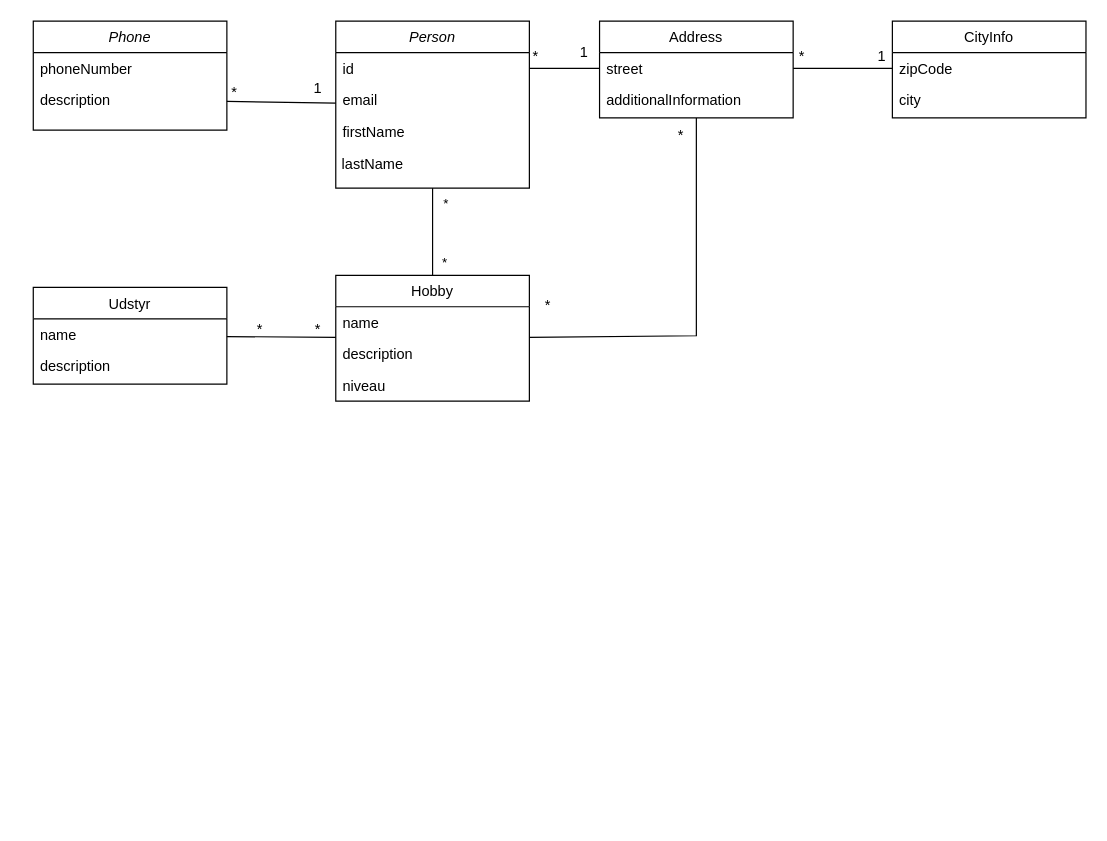
Before: src/main/resources/Klasse_diagram.drawio in nk11-dat/CA-1, a draw.io diagram. Source tidied: cells renumbered, new cells numbered last; positions are measured from the earlier drawing's top-left corner, leaving out a move shared by most shapes. Both pictures are drawn from the tidied source at 121%, with x=0, y=0 at pixel (33, 21).
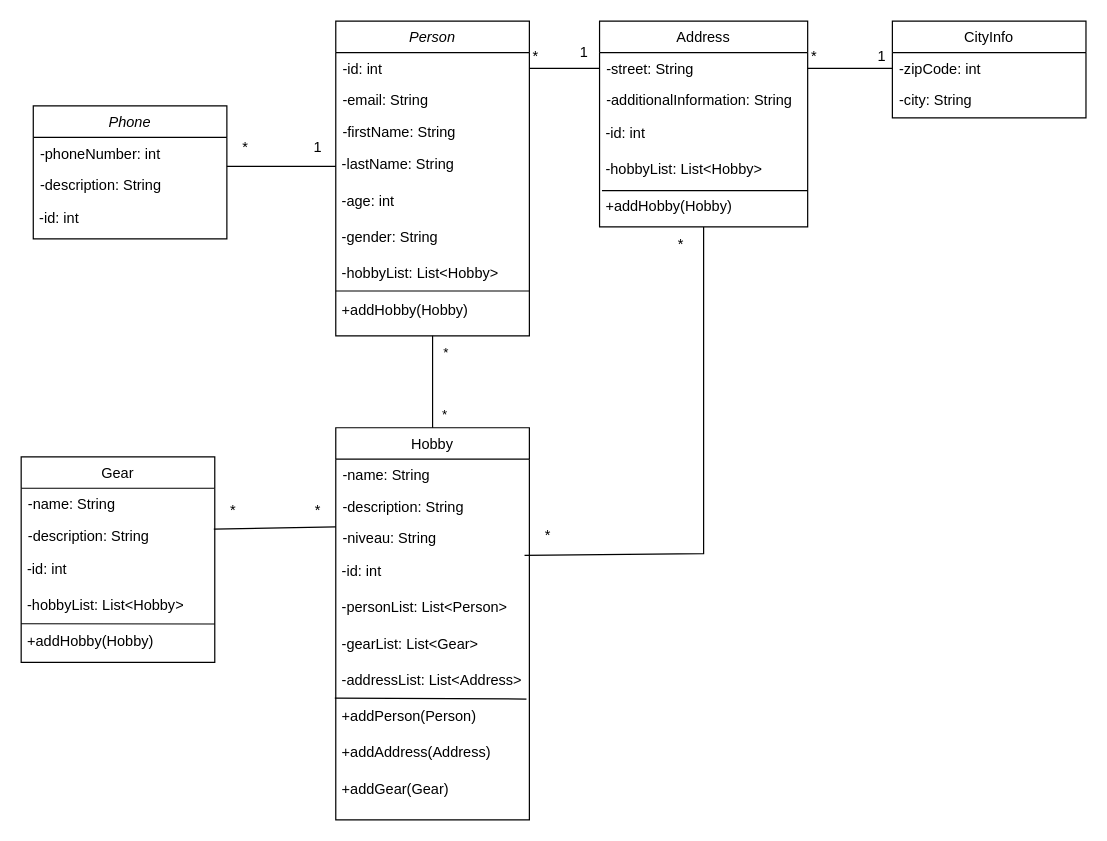
After the change.

Unchanged cells that the change refers to:
```xml
<mxCell id="13" value="CityInfo" style="swimlane;fontStyle=0;align=center;verticalAlign=top;horizontal=1;startSize=26;rounded=0;shadow=0;strokeWidth=1;" parent="1" vertex="1">
  <mxGeometry x="710" width="160" height="80" as="geometry" />
</mxCell>
```

The edit, as a diff of the source:
```diff
@@
-    <mxCell id="2" value="Person" style="swimlane;fontStyle=2;align=center;verticalAlign=top;horizontal=1;startSize=26;rounded=0;shadow=0;strokeWidth=1;" parent="1" vertex="1">
-      <mxGeometry x="250" width="160" height="138" as="geometry" />
+    <mxCell id="2" value="Person" style="swimlane;fontStyle=2;align=center;verticalAlign=top;horizontal=1;startSize=26;rounded=0;shadow=0;strokeWidth=1;strokeColor=default;swimlaneLine=1;fixDash=0;" parent="1" vertex="1">
+      <mxGeometry x="250" width="160" height="260" as="geometry" />
     </mxCell>
-    <mxCell id="3" value="id" style="text;align=left;verticalAlign=top;spacingLeft=4;spacingRight=4;overflow=hidden;points=[[0,0.5],[1,0.5]];portConstraint=eastwest;" parent="2" vertex="1">
+    <mxCell id="3" value="-id: int" style="text;align=left;verticalAlign=top;spacingLeft=4;spacingRight=4;overflow=hidden;points=[[0,0.5],[1,0.5]];portConstraint=eastwest;" parent="2" vertex="1">
       <mxGeometry y="26" width="160" height="26" as="geometry" />
     </mxCell>
-    <mxCell id="4" value="email" style="text;align=left;verticalAlign=top;spacingLeft=4;spacingRight=4;overflow=hidden;rounded=0;shadow=0;html=0;" parent="2" vertex="1">
+    <mxCell id="4" value="-email: String" style="text;align=left;verticalAlign=top;spacingLeft=4;spacingRight=4;overflow=hidden;rounded=0;shadow=0;html=0;" parent="2" vertex="1">
       <mxGeometry y="52" width="160" height="26" as="geometry" />
     </mxCell>
-    <mxCell id="5" value="firstName" style="text;align=left;verticalAlign=top;spacingLeft=4;spacingRight=4;overflow=hidden;rounded=0;shadow=0;html=0;" parent="2" vertex="1">
+    <mxCell id="5" value="-firstName: String" style="text;align=left;verticalAlign=top;spacingLeft=4;spacingRight=4;overflow=hidden;rounded=0;shadow=0;html=0;" parent="2" vertex="1">
       <mxGeometry y="78" width="160" height="26" as="geometry" />
     </mxCell>
-    <mxCell id="6" value="&amp;nbsp;lastName" style="text;html=1;align=left;verticalAlign=middle;strokeColor=none;fillColor=none;" parent="2" vertex="1">
+    <mxCell id="6" value="&amp;nbsp;-lastName: String" style="text;html=1;align=left;verticalAlign=middle;strokeColor=none;fillColor=none;" parent="2" vertex="1">
       <mxGeometry y="104" width="160" height="30" as="geometry" />
     </mxCell>
+    <mxCell id="40" value="&amp;nbsp;-age: int" style="text;html=1;align=left;verticalAlign=middle;strokeColor=none;fillColor=none;" parent="2" vertex="1">
+      <mxGeometry y="134" width="160" height="30" as="geometry" />
+    </mxCell>
+    <mxCell id="41" value="&amp;nbsp;-gender: String" style="text;html=1;align=left;verticalAlign=middle;strokeColor=none;fillColor=none;" parent="2" vertex="1">
+      <mxGeometry y="164" width="160" height="30" as="geometry" />
+    </mxCell>
+    <mxCell id="42" value="&amp;nbsp;-hobbyList: List&amp;lt;Hobby&amp;gt;" style="text;html=1;align=left;verticalAlign=middle;strokeColor=none;fillColor=none;" parent="2" vertex="1">
+      <mxGeometry y="194" width="160" height="30" as="geometry" />
+    </mxCell>
+    <mxCell id="43" value="&amp;nbsp;+addHobby(Hobby)" style="text;html=1;align=left;verticalAlign=middle;strokeColor=none;fillColor=none;" parent="2" vertex="1">
+      <mxGeometry y="224" width="160" height="30" as="geometry" />
+    </mxCell>
     <mxCell id="7" value="Address" style="swimlane;fontStyle=0;align=center;verticalAlign=top;horizontal=1;startSize=26;rounded=0;shadow=0;strokeWidth=1;" parent="1" vertex="1">
-      <mxGeometry x="468" width="160" height="80" as="geometry" />
+      <mxGeometry x="468" width="172" height="170" as="geometry" />
     </mxCell>
-    <mxCell id="8" value="street" style="text;align=left;verticalAlign=top;spacingLeft=4;spacingRight=4;overflow=hidden;points=[[0,0.5],[1,0.5]];portConstraint=eastwest;" parent="7" vertex="1">
-      <mxGeometry y="26" width="160" height="26" as="geometry" />
+    <mxCell id="8" value="-street: String" style="text;align=left;verticalAlign=top;spacingLeft=4;spacingRight=4;overflow=hidden;points=[[0,0.5],[1,0.5]];portConstraint=eastwest;" parent="7" vertex="1">
+      <mxGeometry y="26" width="172" height="26" as="geometry" />
     </mxCell>
-    <mxCell id="9" value="additionalInformation" style="text;align=left;verticalAlign=top;spacingLeft=4;spacingRight=4;overflow=hidden;rounded=0;shadow=0;html=0;" parent="7" vertex="1">
-      <mxGeometry y="52" width="160" height="26" as="geometry" />
+    <mxCell id="9" value="-additionalInformation: String" style="text;align=left;verticalAlign=top;spacingLeft=4;spacingRight=4;overflow=hidden;rounded=0;shadow=0;html=0;" parent="7" vertex="1">
+      <mxGeometry y="52" width="172" height="26" as="geometry" />
     </mxCell>
+    <mxCell id="44" value="&amp;nbsp;-id: int" style="text;html=1;align=left;verticalAlign=middle;strokeColor=none;fillColor=none;" parent="7" vertex="1">
+      <mxGeometry y="78" width="172" height="30" as="geometry" />
+    </mxCell>
+    <mxCell id="45" value="&amp;nbsp;-hobbyList: List&amp;lt;Hobby&amp;gt;" style="text;html=1;align=left;verticalAlign=middle;strokeColor=none;fillColor=none;" parent="7" vertex="1">
+      <mxGeometry y="108" width="172" height="30" as="geometry" />
+    </mxCell>
+    <mxCell id="46" value="&amp;nbsp;+addHobby(Hobby)" style="text;html=1;align=left;verticalAlign=middle;strokeColor=none;fillColor=none;" parent="7" vertex="1">
+      <mxGeometry y="138" width="172" height="30" as="geometry" />
+    </mxCell>
     <mxCell id="10" value="Phone" style="swimlane;fontStyle=2;align=center;verticalAlign=top;horizontal=1;startSize=26;rounded=0;shadow=0;strokeWidth=1;" parent="1" vertex="1">
-      <mxGeometry width="160" height="90" as="geometry" />
+      <mxGeometry y="70" width="160" height="110" as="geometry" />
     </mxCell>
-    <mxCell id="11" value="phoneNumber" style="text;align=left;verticalAlign=top;spacingLeft=4;spacingRight=4;overflow=hidden;" parent="10" vertex="1">
+    <mxCell id="11" value="-phoneNumber: int" style="text;align=left;verticalAlign=top;spacingLeft=4;spacingRight=4;overflow=hidden;" parent="10" vertex="1">
       <mxGeometry y="26" width="160" height="26" as="geometry" />
     </mxCell>
-    <mxCell id="12" value="description" style="text;align=left;verticalAlign=top;spacingLeft=4;spacingRight=4;overflow=hidden;points=[[0,0.5],[1,0.5]];portConstraint=eastwest;rounded=0;shadow=0;html=0;" parent="10" vertex="1">
+    <mxCell id="12" value="-description: String" style="text;align=left;verticalAlign=top;spacingLeft=4;spacingRight=4;overflow=hidden;points=[[0,0.5],[1,0.5]];portConstraint=eastwest;rounded=0;shadow=0;html=0;" parent="10" vertex="1">
       <mxGeometry y="52" width="160" height="26" as="geometry" />
     </mxCell>
+    <mxCell id="47" value="&amp;nbsp;-id: int" style="text;html=1;align=left;verticalAlign=middle;strokeColor=none;fillColor=none;" parent="10" vertex="1">
+      <mxGeometry y="78" width="160" height="30" as="geometry" />
+    </mxCell>
@@
-    <mxCell id="14" value="zipCode" style="text;align=left;verticalAlign=top;spacingLeft=4;spacingRight=4;overflow=hidden;points=[[0,0.5],[1,0.5]];portConstraint=eastwest;" parent="13" vertex="1">
+    <mxCell id="14" value="-zipCode: int" style="text;align=left;verticalAlign=top;spacingLeft=4;spacingRight=4;overflow=hidden;points=[[0,0.5],[1,0.5]];portConstraint=eastwest;" parent="13" vertex="1">
       <mxGeometry y="26" width="160" height="26" as="geometry" />
     </mxCell>
-    <mxCell id="15" value="city" style="text;align=left;verticalAlign=top;spacingLeft=4;spacingRight=4;overflow=hidden;rounded=0;shadow=0;html=0;" parent="13" vertex="1">
+    <mxCell id="15" value="-city: String" style="text;align=left;verticalAlign=top;spacingLeft=4;spacingRight=4;overflow=hidden;rounded=0;shadow=0;html=0;" parent="13" vertex="1">
       <mxGeometry y="52" width="160" height="26" as="geometry" />
     </mxCell>
     <mxCell id="16" value="Hobby" style="swimlane;fontStyle=0;align=center;verticalAlign=top;horizontal=1;startSize=26;rounded=0;shadow=0;strokeWidth=1;" parent="1" vertex="1">
-      <mxGeometry x="250" y="210" width="160" height="104" as="geometry" />
+      <mxGeometry x="250" y="336" width="160" height="324" as="geometry" />
     </mxCell>
-    <mxCell id="17" value="name" style="text;align=left;verticalAlign=top;spacingLeft=4;spacingRight=4;overflow=hidden;" parent="16" vertex="1">
+    <mxCell id="17" value="-name: String" style="text;align=left;verticalAlign=top;spacingLeft=4;spacingRight=4;overflow=hidden;" parent="16" vertex="1">
       <mxGeometry y="26" width="160" height="26" as="geometry" />
     </mxCell>
-    <mxCell id="18" value="description" style="text;align=left;verticalAlign=top;spacingLeft=4;spacingRight=4;overflow=hidden;rounded=0;shadow=0;html=0;" parent="16" vertex="1">
+    <mxCell id="18" value="-description: String" style="text;align=left;verticalAlign=top;spacingLeft=4;spacingRight=4;overflow=hidden;rounded=0;shadow=0;html=0;" parent="16" vertex="1">
       <mxGeometry y="52" width="160" height="26" as="geometry" />
     </mxCell>
-    <mxCell id="19" value="niveau" style="text;align=left;verticalAlign=top;spacingLeft=4;spacingRight=4;overflow=hidden;rounded=0;shadow=0;html=0;" parent="16" vertex="1">
+    <mxCell id="19" value="-niveau: String" style="text;align=left;verticalAlign=top;spacingLeft=4;spacingRight=4;overflow=hidden;rounded=0;shadow=0;html=0;" parent="16" vertex="1">
       <mxGeometry y="78" width="160" height="26" as="geometry" />
     </mxCell>
+    <mxCell id="48" value="&amp;nbsp;-id: int" style="text;html=1;align=left;verticalAlign=middle;strokeColor=none;fillColor=none;horizontal=1;" parent="16" vertex="1">
+      <mxGeometry y="104" width="160" height="30" as="geometry" />
+    </mxCell>
+    <mxCell id="49" value="&amp;nbsp;-personList: List&amp;lt;Person&amp;gt;" style="text;html=1;align=left;verticalAlign=middle;strokeColor=none;fillColor=none;" parent="16" vertex="1">
+      <mxGeometry y="134" width="160" height="30" as="geometry" />
+    </mxCell>
+    <mxCell id="50" value="&amp;nbsp;-gearList: List&amp;lt;Gear&amp;gt;" style="text;html=1;align=left;verticalAlign=middle;strokeColor=none;fillColor=none;" parent="16" vertex="1">
+      <mxGeometry y="164" width="160" height="30" as="geometry" />
+    </mxCell>
+    <mxCell id="51" value="&amp;nbsp;-addressList: List&amp;lt;Address&amp;gt;" style="text;html=1;align=left;verticalAlign=middle;strokeColor=none;fillColor=none;" parent="16" vertex="1">
+      <mxGeometry y="194" width="160" height="30" as="geometry" />
+    </mxCell>
+    <mxCell id="52" value="&amp;nbsp;+addPerson(Person)" style="text;html=1;align=left;verticalAlign=middle;points=[];strokeColor=none;fillColor=none;" parent="16" vertex="1">
+      <mxGeometry y="224" width="160" height="30" as="geometry" />
+    </mxCell>
+    <mxCell id="53" value="&amp;nbsp;+addAddress(Address)" style="text;html=1;align=left;verticalAlign=middle;strokeColor=none;fillColor=none;" parent="16" vertex="1">
+      <mxGeometry y="254" width="160" height="30" as="geometry" />
+    </mxCell>
+    <mxCell id="54" style="endArrow=none;html=1;rounded=0;exitX=-0.005;exitY=-0.02;exitDx=0;exitDy=0;exitPerimeter=0;entryX=0.985;entryY=0.007;entryDx=0;entryDy=0;entryPerimeter=0;" parent="16" edge="1" source="52" target="52">
+      <mxGeometry relative="1" as="geometry" />
+    </mxCell>
+    <mxCell id="55" value="&amp;nbsp;+addGear(Gear)" style="text;html=1;align=left;verticalAlign=middle;strokeColor=none;fillColor=none;" parent="16" vertex="1">
+      <mxGeometry y="284" width="160" height="30" as="geometry" />
+    </mxCell>
@@
-    <mxCell id="24" style="endArrow=none;html=1;rounded=0;" parent="1" edge="1" source="2" target="12">
-      <mxGeometry relative="1" as="geometry" />
+    <mxCell id="24" style="endArrow=none;html=1;rounded=0;" parent="1" edge="1">
+      <mxGeometry relative="1" as="geometry">
+        <mxPoint x="250" y="120" as="sourcePoint" />
+        <mxPoint x="160" y="120" as="targetPoint" />
+        <Array as="points">
+          <mxPoint x="200" y="120" />
+        </Array>
+      </mxGeometry>
     </mxCell>
     <mxCell id="25" value="*" style="text;html=1;align=center;verticalAlign=middle;strokeColor=none;fillColor=none;" parent="1" vertex="1">
-      <mxGeometry x="151" y="44" width="30" height="30" as="geometry" />
+      <mxGeometry x="160" y="90" width="30" height="30" as="geometry" />
     </mxCell>
     <mxCell id="26" value="1" style="text;html=1;align=center;verticalAlign=middle;strokeColor=none;fillColor=none;" parent="1" vertex="1">
-      <mxGeometry x="220" y="41" width="30" height="30" as="geometry" />
+      <mxGeometry x="220" y="90" width="30" height="30" as="geometry" />
     </mxCell>
@@
     <mxCell id="30" value="*" style="text;html=1;align=center;verticalAlign=middle;strokeColor=none;fillColor=none;" parent="1" vertex="1">
-      <mxGeometry x="620" y="14" width="30" height="30" as="geometry" />
+      <mxGeometry x="630" y="14" width="30" height="30" as="geometry" />
     </mxCell>
-    <mxCell id="31" style="endArrow=none;html=1;rounded=0;" parent="1" edge="1" source="16" target="7">
+    <mxCell id="31" style="endArrow=none;html=1;rounded=0;exitX=-0.133;exitY=1.047;exitDx=0;exitDy=0;exitPerimeter=0;" parent="1" edge="1" source="60" target="7">
       <mxGeometry relative="1" as="geometry">
         <Array as="points">
-          <mxPoint x="548" y="260" />
+          <mxPoint x="554" y="440" />
         </Array>
       </mxGeometry>
     </mxCell>
     <mxCell id="32" value="*" style="text;html=1;align=center;verticalAlign=middle;strokeColor=none;fillColor=none;" parent="1" vertex="1">
-      <mxGeometry x="520" y="80" width="30" height="30" as="geometry" />
+      <mxGeometry x="520" y="170" width="30" height="30" as="geometry" />
     </mxCell>
-    <mxCell id="33" value="*" style="text;html=1;align=center;verticalAlign=middle;strokeColor=none;fillColor=none;" parent="1" vertex="1">
-      <mxGeometry x="410" y="220" width="30" height="30" as="geometry" />
-    </mxCell>
-    <mxCell id="34" value="Udstyr" style="swimlane;fontStyle=0;align=center;verticalAlign=top;horizontal=1;startSize=26;rounded=0;shadow=0;strokeWidth=1;" parent="1" vertex="1">
-      <mxGeometry y="220" width="160" height="80" as="geometry" />
+    <mxCell id="34" value="Gear" style="swimlane;fontStyle=0;align=center;verticalAlign=top;horizontal=1;startSize=26;rounded=0;shadow=0;strokeWidth=1;" parent="1" vertex="1">
+      <mxGeometry x="-10" y="360" width="160" height="170" as="geometry" />
     </mxCell>
-    <mxCell id="35" value="name" style="text;align=left;verticalAlign=top;spacingLeft=4;spacingRight=4;overflow=hidden;" parent="34" vertex="1">
+    <mxCell id="35" value="-name: String" style="text;align=left;verticalAlign=top;spacingLeft=4;spacingRight=4;overflow=hidden;" parent="34" vertex="1">
       <mxGeometry y="26" width="160" height="26" as="geometry" />
     </mxCell>
-    <mxCell id="36" value="description" style="text;align=left;verticalAlign=top;spacingLeft=4;spacingRight=4;overflow=hidden;rounded=0;shadow=0;html=0;" parent="34" vertex="1">
+    <mxCell id="36" value="-description: String" style="text;align=left;verticalAlign=top;spacingLeft=4;spacingRight=4;overflow=hidden;rounded=0;shadow=0;html=0;" parent="34" vertex="1">
       <mxGeometry y="52" width="160" height="26" as="geometry" />
     </mxCell>
+    <mxCell id="56" value="&amp;nbsp;-id: int" style="text;html=1;align=left;verticalAlign=middle;strokeColor=none;fillColor=none;" parent="34" vertex="1">
+      <mxGeometry y="78" width="160" height="30" as="geometry" />
+    </mxCell>
+    <mxCell id="57" value="&amp;nbsp;-hobbyList: List&amp;lt;Hobby&amp;gt;" style="text;html=1;align=left;verticalAlign=middle;strokeColor=none;fillColor=none;" parent="34" vertex="1">
+      <mxGeometry y="108" width="160" height="30" as="geometry" />
+    </mxCell>
+    <mxCell id="58" value="&amp;nbsp;+addHobby(Hobby)" style="text;html=1;align=left;verticalAlign=middle;points=[];strokeColor=none;fillColor=none;" parent="34" vertex="1">
+      <mxGeometry y="138" width="160" height="30" as="geometry" />
+    </mxCell>
+    <mxCell id="59" style="endArrow=none;html=1;rounded=0;exitX=1;exitY=0.007;exitDx=0;exitDy=0;exitPerimeter=0;" parent="34" edge="1" source="58">
+      <mxGeometry relative="1" as="geometry">
+        <mxPoint y="138" as="targetPoint" />
+      </mxGeometry>
+    </mxCell>
-    <mxCell id="37" style="endArrow=none;html=1;rounded=0;" parent="1" edge="1" source="34" target="16">
-      <mxGeometry relative="1" as="geometry" />
+    <mxCell id="37" style="endArrow=none;html=1;rounded=0;entryX=0;entryY=0.231;entryDx=0;entryDy=0;entryPerimeter=0;exitX=-0.027;exitY=0.993;exitDx=0;exitDy=0;exitPerimeter=0;" parent="1" edge="1" source="62">
+      <mxGeometry relative="1" as="geometry">
+        <mxPoint x="250" y="418" as="targetPoint" />
+      </mxGeometry>
     </mxCell>
-    <mxCell id="38" value="*" style="text;html=1;align=center;verticalAlign=middle;strokeColor=none;fillColor=none;" parent="1" vertex="1">
-      <mxGeometry x="172" y="240" width="30" height="30" as="geometry" />
-    </mxCell>
     <mxCell id="39" value="*" style="text;html=1;align=center;verticalAlign=middle;strokeColor=none;fillColor=none;" parent="1" vertex="1">
-      <mxGeometry x="220" y="240" width="30" height="30" as="geometry" />
+      <mxGeometry x="220" y="390" width="30" height="30" as="geometry" />
     </mxCell>
+    <mxCell id="60" value="*" style="text;html=1;align=center;verticalAlign=middle;points=[];strokeColor=none;fillColor=none;" parent="1" vertex="1">
+      <mxGeometry x="410" y="410" width="30" height="30" as="geometry" />
+    </mxCell>
+    <mxCell id="61" style="endArrow=none;html=1;rounded=0;" parent="1" edge="1">
+      <mxGeometry relative="1" as="geometry">
+        <mxPoint x="250" y="223" as="sourcePoint" />
+        <mxPoint x="410" y="223" as="targetPoint" />
+      </mxGeometry>
+    </mxCell>
+    <mxCell id="62" value="*" style="text;html=1;align=center;verticalAlign=middle;points=[];strokeColor=none;fillColor=none;" parent="1" vertex="1">
+      <mxGeometry x="150" y="390" width="30" height="30" as="geometry" />
+    </mxCell>
+    <mxCell id="63" style="endArrow=none;html=1;rounded=0;" parent="1" edge="1">
+      <mxGeometry relative="1" as="geometry">
+        <mxPoint x="470" y="140" as="sourcePoint" />
+        <mxPoint x="640" y="140" as="targetPoint" />
+      </mxGeometry>
+    </mxCell>
```
